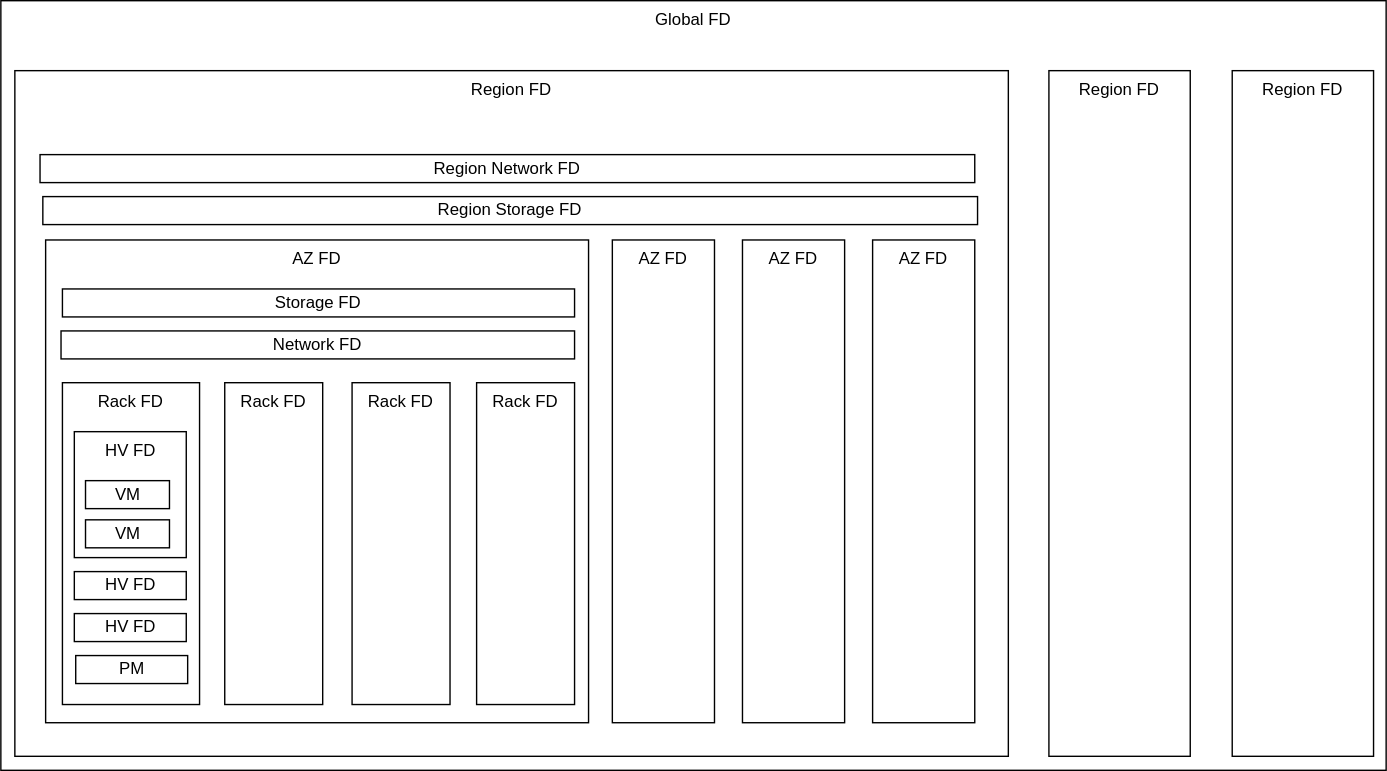
Above: basic/FailureDomainKind.dio.svg in syunkitada/architecture (draw.io), before the change. Source tidied: cells renumbered, new cells last; positions are measured from the earlier drawing's top-left corner, leaving out a move shared by most shapes. Its diagram source:
```xml
<mxGraphModel>
  <root>
    <mxCell id="0" />
    <mxCell id="1" parent="0" />
    <mxCell id="2" value="Global FD" style="rounded=0;whiteSpace=wrap;html=1;align=center;verticalAlign=top;" parent="1" vertex="1">
      <mxGeometry width="990" height="550" as="geometry" />
    </mxCell>
    <mxCell id="3" value="Region FD" style="rounded=0;whiteSpace=wrap;html=1;align=center;verticalAlign=top;" parent="1" vertex="1">
      <mxGeometry x="10" y="50" width="710" height="490" as="geometry" />
    </mxCell>
    <mxCell id="4" value="AZ FD" style="rounded=0;whiteSpace=wrap;html=1;align=center;verticalAlign=top;" parent="1" vertex="1">
      <mxGeometry x="32" y="171" width="388" height="345" as="geometry" />
    </mxCell>
    <mxCell id="5" value="Storage FD" style="rounded=0;whiteSpace=wrap;html=1;align=center;verticalAlign=middle;" parent="1" vertex="1">
      <mxGeometry x="44" y="206" width="366" height="20" as="geometry" />
    </mxCell>
    <mxCell id="6" value="Rack FD" style="rounded=0;whiteSpace=wrap;html=1;align=center;verticalAlign=top;" parent="1" vertex="1">
      <mxGeometry x="44" y="273" width="98" height="230" as="geometry" />
    </mxCell>
    <mxCell id="7" value="PM" style="rounded=0;whiteSpace=wrap;html=1;" parent="1" vertex="1">
      <mxGeometry x="53.5" y="468" width="80" height="20" as="geometry" />
    </mxCell>
    <mxCell id="8" value="HV FD" style="rounded=0;whiteSpace=wrap;html=1;verticalAlign=top;" parent="1" vertex="1">
      <mxGeometry x="52.5" y="308" width="80" height="90" as="geometry" />
    </mxCell>
    <mxCell id="9" value="VM" style="rounded=0;whiteSpace=wrap;html=1;" parent="1" vertex="1">
      <mxGeometry x="60.5" y="343" width="60" height="20" as="geometry" />
    </mxCell>
    <mxCell id="10" value="VM" style="rounded=0;whiteSpace=wrap;html=1;" parent="1" vertex="1">
      <mxGeometry x="60.5" y="371" width="60" height="20" as="geometry" />
    </mxCell>
    <mxCell id="11" value="HV FD" style="rounded=0;whiteSpace=wrap;html=1;" parent="1" vertex="1">
      <mxGeometry x="52.5" y="408" width="80" height="20" as="geometry" />
    </mxCell>
    <mxCell id="12" value="HV FD" style="rounded=0;whiteSpace=wrap;html=1;" parent="1" vertex="1">
      <mxGeometry x="52.5" y="438" width="80" height="20" as="geometry" />
    </mxCell>
    <mxCell id="13" value="Network FD" style="rounded=0;whiteSpace=wrap;html=1;align=center;verticalAlign=middle;" parent="1" vertex="1">
      <mxGeometry x="43" y="236" width="367" height="20" as="geometry" />
    </mxCell>
    <mxCell id="14" value="Rack FD" style="rounded=0;whiteSpace=wrap;html=1;align=center;verticalAlign=top;" parent="1" vertex="1">
      <mxGeometry x="160" y="273" width="70" height="230" as="geometry" />
    </mxCell>
    <mxCell id="15" value="Rack FD" style="rounded=0;whiteSpace=wrap;html=1;align=center;verticalAlign=top;" parent="1" vertex="1">
      <mxGeometry x="251" y="273" width="70" height="230" as="geometry" />
    </mxCell>
    <mxCell id="16" value="Rack FD" style="rounded=0;whiteSpace=wrap;html=1;align=center;verticalAlign=top;" parent="1" vertex="1">
      <mxGeometry x="340" y="273" width="70" height="230" as="geometry" />
    </mxCell>
    <mxCell id="17" value="AZ FD" style="rounded=0;whiteSpace=wrap;html=1;align=center;verticalAlign=top;" parent="1" vertex="1">
      <mxGeometry x="437" y="171" width="73" height="345" as="geometry" />
    </mxCell>
    <mxCell id="18" value="AZ FD" style="rounded=0;whiteSpace=wrap;html=1;align=center;verticalAlign=top;" parent="1" vertex="1">
      <mxGeometry x="530" y="171" width="73" height="345" as="geometry" />
    </mxCell>
    <mxCell id="19" value="AZ FD" style="rounded=0;whiteSpace=wrap;html=1;align=center;verticalAlign=top;" parent="1" vertex="1">
      <mxGeometry x="623" y="171" width="73" height="345" as="geometry" />
    </mxCell>
    <mxCell id="20" value="Region Network FD" style="rounded=0;whiteSpace=wrap;html=1;align=center;verticalAlign=middle;" parent="1" vertex="1">
      <mxGeometry x="28" y="110" width="668" height="20" as="geometry" />
    </mxCell>
    <mxCell id="21" value="Region Storage FD" style="rounded=0;whiteSpace=wrap;html=1;align=center;verticalAlign=middle;" parent="1" vertex="1">
      <mxGeometry x="30" y="140" width="668" height="20" as="geometry" />
    </mxCell>
    <mxCell id="22" value="Region FD" style="rounded=0;whiteSpace=wrap;html=1;align=center;verticalAlign=top;" parent="1" vertex="1">
      <mxGeometry x="749" y="50" width="101" height="490" as="geometry" />
    </mxCell>
    <mxCell id="23" value="Region FD" style="rounded=0;whiteSpace=wrap;html=1;align=center;verticalAlign=top;" parent="1" vertex="1">
      <mxGeometry x="880" y="50" width="101" height="490" as="geometry" />
    </mxCell>
  </root>
</mxGraphModel>
```
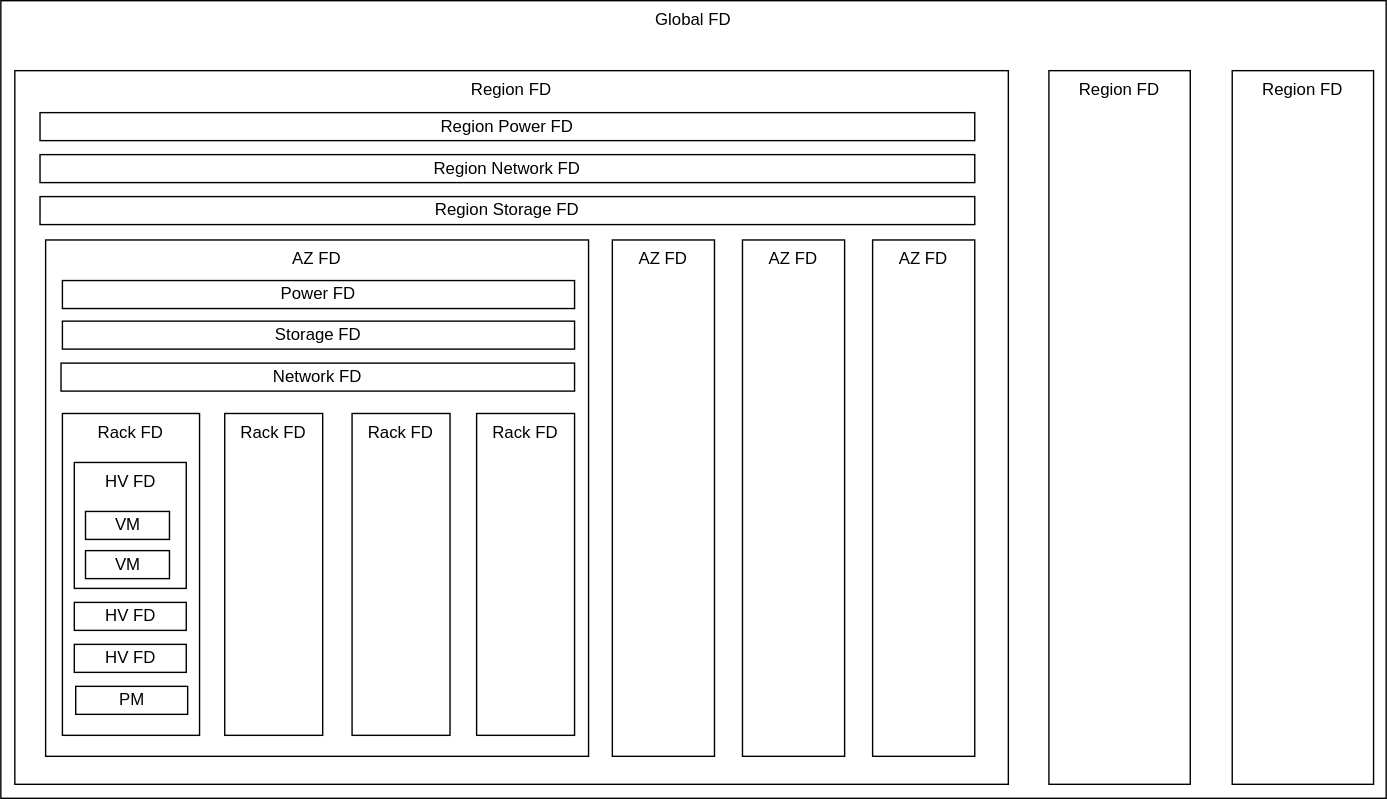
After the commit.

Change to the diagram source:
```diff
@@ -3,70 +3,76 @@
     <mxCell id="0" />
     <mxCell id="1" parent="0" />
     <mxCell id="2" value="Global FD" style="rounded=0;whiteSpace=wrap;html=1;align=center;verticalAlign=top;" parent="1" vertex="1">
-      <mxGeometry width="990" height="550" as="geometry" />
+      <mxGeometry width="990" height="570" as="geometry" />
     </mxCell>
     <mxCell id="3" value="Region FD" style="rounded=0;whiteSpace=wrap;html=1;align=center;verticalAlign=top;" parent="1" vertex="1">
-      <mxGeometry x="10" y="50" width="710" height="490" as="geometry" />
+      <mxGeometry x="10" y="50" width="710" height="510" as="geometry" />
     </mxCell>
     <mxCell id="4" value="AZ FD" style="rounded=0;whiteSpace=wrap;html=1;align=center;verticalAlign=top;" parent="1" vertex="1">
-      <mxGeometry x="32" y="171" width="388" height="345" as="geometry" />
+      <mxGeometry x="32" y="171" width="388" height="369" as="geometry" />
     </mxCell>
     <mxCell id="5" value="Storage FD" style="rounded=0;whiteSpace=wrap;html=1;align=center;verticalAlign=middle;" parent="1" vertex="1">
-      <mxGeometry x="44" y="206" width="366" height="20" as="geometry" />
+      <mxGeometry x="44" y="229" width="366" height="20" as="geometry" />
     </mxCell>
     <mxCell id="6" value="Rack FD" style="rounded=0;whiteSpace=wrap;html=1;align=center;verticalAlign=top;" parent="1" vertex="1">
-      <mxGeometry x="44" y="273" width="98" height="230" as="geometry" />
+      <mxGeometry x="44" y="295" width="98" height="230" as="geometry" />
     </mxCell>
     <mxCell id="7" value="PM" style="rounded=0;whiteSpace=wrap;html=1;" parent="1" vertex="1">
-      <mxGeometry x="53.5" y="468" width="80" height="20" as="geometry" />
+      <mxGeometry x="53.5" y="490" width="80" height="20" as="geometry" />
     </mxCell>
     <mxCell id="8" value="HV FD" style="rounded=0;whiteSpace=wrap;html=1;verticalAlign=top;" parent="1" vertex="1">
-      <mxGeometry x="52.5" y="308" width="80" height="90" as="geometry" />
+      <mxGeometry x="52.5" y="330" width="80" height="90" as="geometry" />
     </mxCell>
     <mxCell id="9" value="VM" style="rounded=0;whiteSpace=wrap;html=1;" parent="1" vertex="1">
-      <mxGeometry x="60.5" y="343" width="60" height="20" as="geometry" />
+      <mxGeometry x="60.5" y="365" width="60" height="20" as="geometry" />
     </mxCell>
     <mxCell id="10" value="VM" style="rounded=0;whiteSpace=wrap;html=1;" parent="1" vertex="1">
-      <mxGeometry x="60.5" y="371" width="60" height="20" as="geometry" />
+      <mxGeometry x="60.5" y="393" width="60" height="20" as="geometry" />
     </mxCell>
     <mxCell id="11" value="HV FD" style="rounded=0;whiteSpace=wrap;html=1;" parent="1" vertex="1">
-      <mxGeometry x="52.5" y="408" width="80" height="20" as="geometry" />
+      <mxGeometry x="52.5" y="430" width="80" height="20" as="geometry" />
     </mxCell>
     <mxCell id="12" value="HV FD" style="rounded=0;whiteSpace=wrap;html=1;" parent="1" vertex="1">
-      <mxGeometry x="52.5" y="438" width="80" height="20" as="geometry" />
+      <mxGeometry x="52.5" y="460" width="80" height="20" as="geometry" />
     </mxCell>
     <mxCell id="13" value="Network FD" style="rounded=0;whiteSpace=wrap;html=1;align=center;verticalAlign=middle;" parent="1" vertex="1">
-      <mxGeometry x="43" y="236" width="367" height="20" as="geometry" />
+      <mxGeometry x="43" y="259" width="367" height="20" as="geometry" />
     </mxCell>
     <mxCell id="14" value="Rack FD" style="rounded=0;whiteSpace=wrap;html=1;align=center;verticalAlign=top;" parent="1" vertex="1">
-      <mxGeometry x="160" y="273" width="70" height="230" as="geometry" />
+      <mxGeometry x="160" y="295" width="70" height="230" as="geometry" />
     </mxCell>
     <mxCell id="15" value="Rack FD" style="rounded=0;whiteSpace=wrap;html=1;align=center;verticalAlign=top;" parent="1" vertex="1">
-      <mxGeometry x="251" y="273" width="70" height="230" as="geometry" />
+      <mxGeometry x="251" y="295" width="70" height="230" as="geometry" />
     </mxCell>
     <mxCell id="16" value="Rack FD" style="rounded=0;whiteSpace=wrap;html=1;align=center;verticalAlign=top;" parent="1" vertex="1">
-      <mxGeometry x="340" y="273" width="70" height="230" as="geometry" />
+      <mxGeometry x="340" y="295" width="70" height="230" as="geometry" />
     </mxCell>
     <mxCell id="17" value="AZ FD" style="rounded=0;whiteSpace=wrap;html=1;align=center;verticalAlign=top;" parent="1" vertex="1">
-      <mxGeometry x="437" y="171" width="73" height="345" as="geometry" />
+      <mxGeometry x="437" y="171" width="73" height="369" as="geometry" />
     </mxCell>
     <mxCell id="18" value="AZ FD" style="rounded=0;whiteSpace=wrap;html=1;align=center;verticalAlign=top;" parent="1" vertex="1">
-      <mxGeometry x="530" y="171" width="73" height="345" as="geometry" />
+      <mxGeometry x="530" y="171" width="73" height="369" as="geometry" />
     </mxCell>
     <mxCell id="19" value="AZ FD" style="rounded=0;whiteSpace=wrap;html=1;align=center;verticalAlign=top;" parent="1" vertex="1">
-      <mxGeometry x="623" y="171" width="73" height="345" as="geometry" />
+      <mxGeometry x="623" y="171" width="73" height="369" as="geometry" />
     </mxCell>
     <mxCell id="20" value="Region Network FD" style="rounded=0;whiteSpace=wrap;html=1;align=center;verticalAlign=middle;" parent="1" vertex="1">
       <mxGeometry x="28" y="110" width="668" height="20" as="geometry" />
     </mxCell>
     <mxCell id="21" value="Region Storage FD" style="rounded=0;whiteSpace=wrap;html=1;align=center;verticalAlign=middle;" parent="1" vertex="1">
-      <mxGeometry x="30" y="140" width="668" height="20" as="geometry" />
+      <mxGeometry x="28" y="140" width="668" height="20" as="geometry" />
     </mxCell>
     <mxCell id="22" value="Region FD" style="rounded=0;whiteSpace=wrap;html=1;align=center;verticalAlign=top;" parent="1" vertex="1">
-      <mxGeometry x="749" y="50" width="101" height="490" as="geometry" />
+      <mxGeometry x="749" y="50" width="101" height="510" as="geometry" />
     </mxCell>
     <mxCell id="23" value="Region FD" style="rounded=0;whiteSpace=wrap;html=1;align=center;verticalAlign=top;" parent="1" vertex="1">
-      <mxGeometry x="880" y="50" width="101" height="490" as="geometry" />
+      <mxGeometry x="880" y="50" width="101" height="510" as="geometry" />
     </mxCell>
+    <mxCell id="24" value="Power FD" style="rounded=0;whiteSpace=wrap;html=1;align=center;verticalAlign=middle;" parent="1" vertex="1">
+      <mxGeometry x="44" y="200" width="366" height="20" as="geometry" />
+    </mxCell>
+    <mxCell id="25" value="Region Power FD" style="rounded=0;whiteSpace=wrap;html=1;align=center;verticalAlign=middle;" parent="1" vertex="1">
+      <mxGeometry x="28" y="80" width="668" height="20" as="geometry" />
+    </mxCell>
   </root>
 </mxGraphModel>
```
